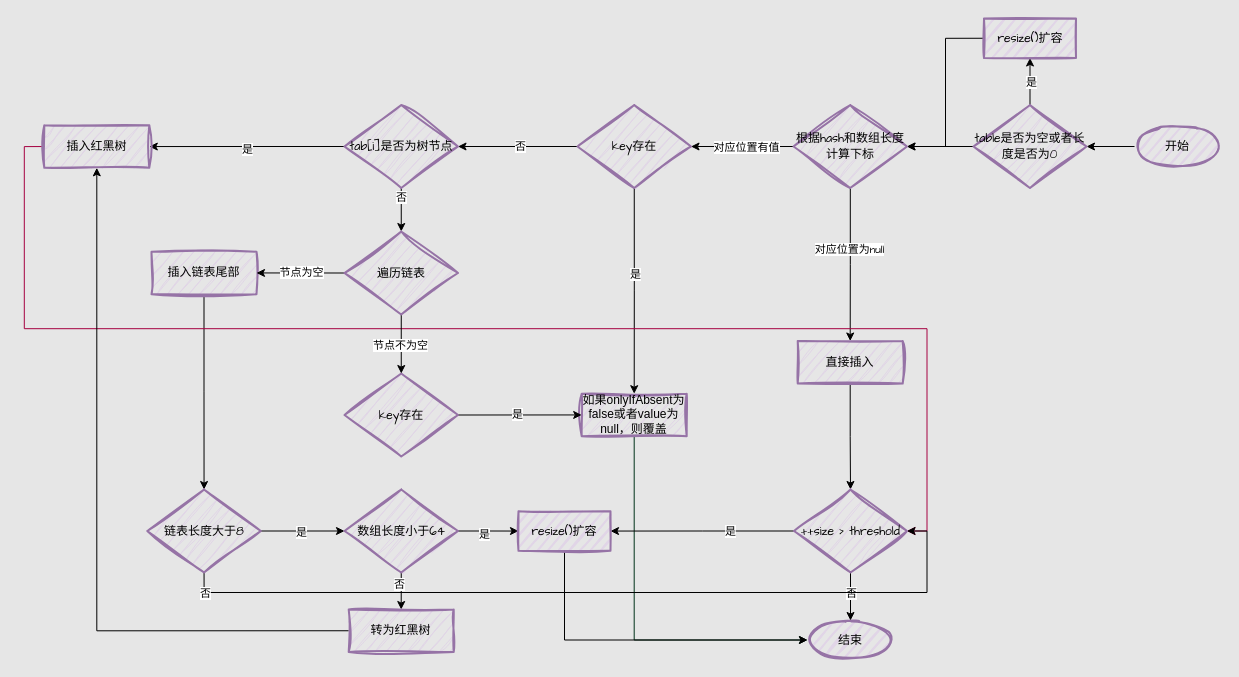
Above: dcas/HashMap插入流程.drawio in OnceNever/drawio (draw.io), before the change. Source tidied: cells renumbered, new cells numbered last; positions are measured from the earlier drawing's top-left corner, leaving out a move shared by most shapes. Both pictures are drawn from the tidied source at 100%, with x=0, y=0 at pixel (44, 18).
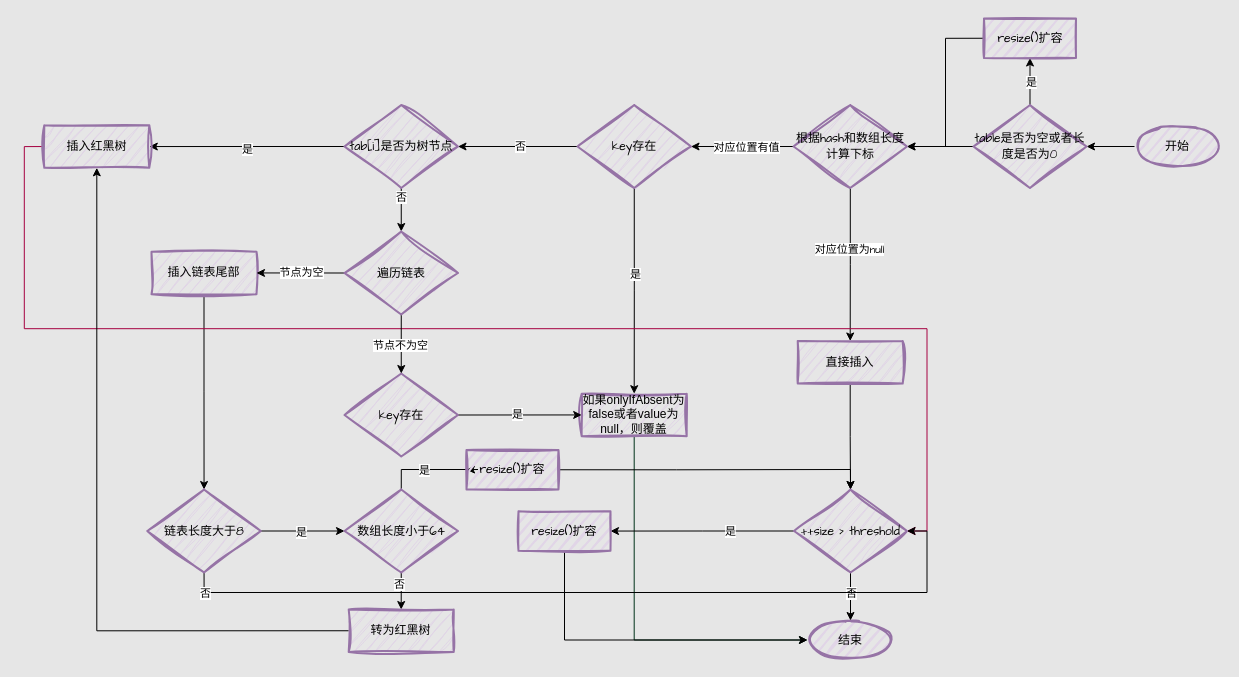
After the change.

Commit message (it also covers changes not shown here):
更新HashMap插入流程.drawio

Unchanged cells that the change refers to:
```xml
<mxCell id="29" value="&lt;font face=&quot;Comic Sans MS&quot;&gt;++size &amp;gt; threshold&lt;/font&gt;" style="rhombus;whiteSpace=wrap;html=1;sketch=1;curveFitting=1;jiggle=2;fillColor=#e1d5e7;strokeColor=#9673a6;strokeWidth=2;" parent="1" vertex="1">
  <mxGeometry x="749.5" y="471" width="113" height="83" as="geometry" />
</mxCell>
<mxCell id="56" value="&lt;font face=&quot;Comic Sans MS&quot;&gt;数组长度小于64&lt;/font&gt;" style="rhombus;whiteSpace=wrap;html=1;fillColor=#e1d5e7;strokeColor=#9673a6;sketch=1;curveFitting=1;jiggle=2;strokeWidth=2;" parent="1" vertex="1">
  <mxGeometry x="300" y="471" width="113.5" height="83" as="geometry" />
</mxCell>
<mxCell id="58" value="&lt;font face=&quot;Comic Sans MS&quot;&gt;resize()扩容&lt;/font&gt;" style="whiteSpace=wrap;html=1;fillColor=#e1d5e7;strokeColor=#9673a6;strokeWidth=2;fillWeight=2;hachureGap=8;fillStyle=dots;sketch=1;" parent="1" vertex="1">
  <mxGeometry x="474" y="492.8" width="92" height="39.5" as="geometry" />
</mxCell>
```

Diff of the diagram source:
```diff
@@
-    <mxCell id="52" style="edgeStyle=orthogonalEdgeStyle;rounded=0;jettySize=auto;html=1;exitX=1;exitY=0.5;exitDx=0;exitDy=0;entryX=0;entryY=0.5;entryDx=0;entryDy=0;" parent="1" edge="1" source="56" target="58">
-      <mxGeometry relative="1" as="geometry" />
-    </mxCell>
-    <mxCell id="53" value="是" style="edgeLabel;html=1;align=center;verticalAlign=middle;" parent="52" vertex="1">
-      <mxGeometry x="-0.16" y="-2" relative="1" as="geometry">
-        <mxPoint x="1" y="1" as="offset" />
-      </mxGeometry>
-    </mxCell>
@@
+    <mxCell id="61" style="edgeStyle=orthogonalEdgeStyle;rounded=0;jettySize=auto;html=1;exitX=0.5;exitY=0;exitDx=0;exitDy=0;entryX=0;entryY=0.5;entryDx=0;entryDy=0;" parent="1" edge="1" source="56" target="63">
+      <mxGeometry relative="1" as="geometry" />
+    </mxCell>
+    <mxCell id="53" value="是" style="edgeLabel;html=1;align=center;verticalAlign=middle;" parent="61" vertex="1">
+      <mxGeometry x="-0.2" relative="1" as="geometry" />
+    </mxCell>
@@
+    <mxCell id="62" style="edgeStyle=orthogonalEdgeStyle;rounded=0;jettySize=auto;html=1;exitX=1;exitY=0.5;exitDx=0;exitDy=0;entryX=0.5;entryY=0;entryDx=0;entryDy=0;" parent="1" edge="1" source="63" target="29">
+      <mxGeometry relative="1" as="geometry" />
+    </mxCell>
+    <mxCell id="63" value="&lt;font face=&quot;Comic Sans MS&quot;&gt;resize()扩容&lt;/font&gt;" style="whiteSpace=wrap;html=1;fillColor=#e1d5e7;strokeColor=#9673a6;strokeWidth=2;fillWeight=2;hachureGap=8;fillStyle=dots;sketch=1;" parent="1" vertex="1">
+      <mxGeometry x="422" y="431.5" width="92" height="39.5" as="geometry" />
+    </mxCell>
```
